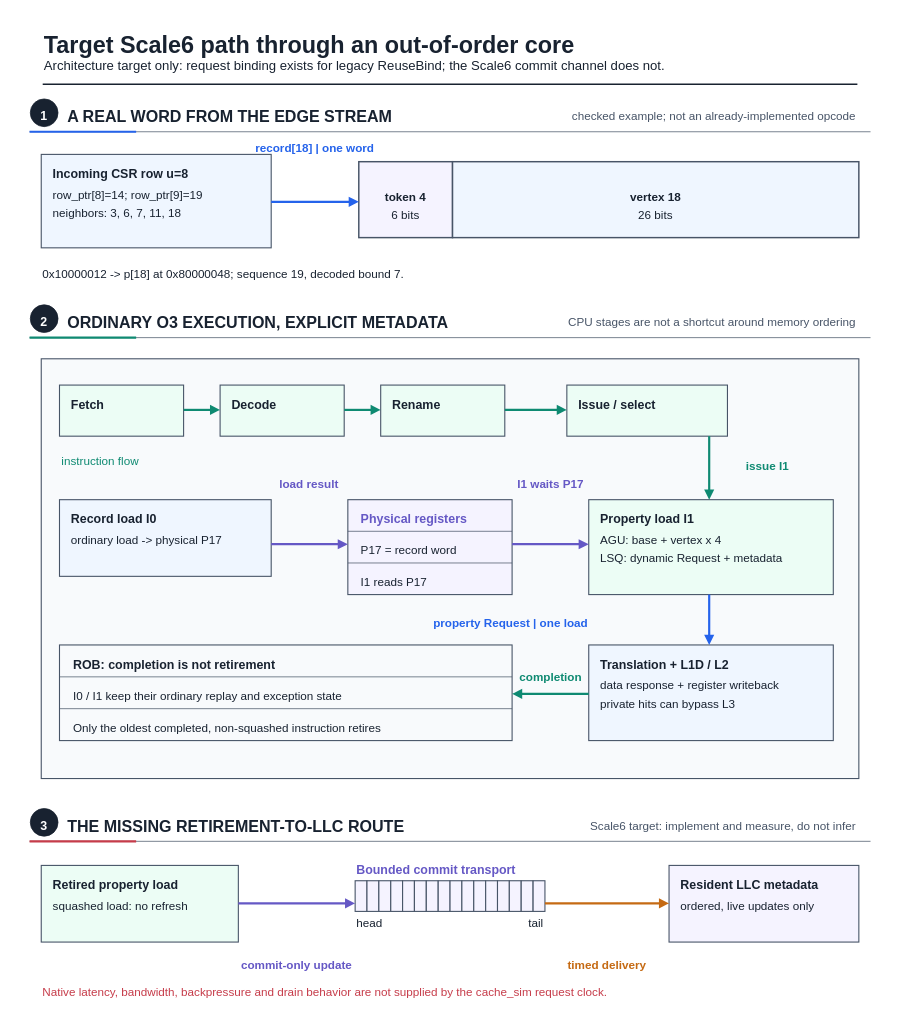
Above: fig/wiki_src/risc-v-instruction-path/risc-v-instruction-path-f02-o3-request-pipeline.drawio in UVA-LavaLab/ECG_GrAPL (draw.io), before the change. Source tidied: cells renumbered, new cells numbered last; positions are measured from the earlier drawing's top-left corner, leaving out a move shared by most shapes. Both pictures are drawn from the tidied source at 73%, with x=0, y=0 at pixel (12, 12).
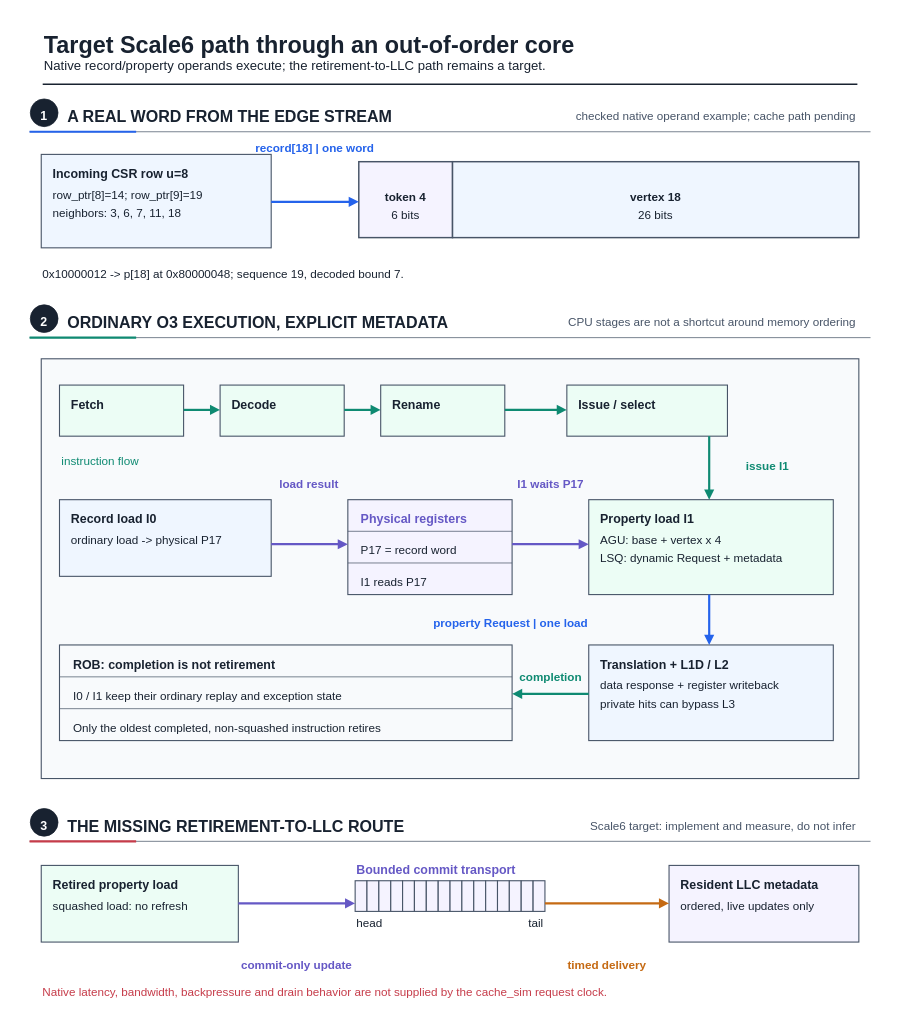
The same diagram, later.

What changed in the source:
```diff
@@
-    <mxCell id="4" value="Architecture target only: request binding exists for legacy ReuseBind; the Scale6 commit channel does not." style="text;html=0;strokeColor=none;fillColor=none;align=left;verticalAlign=middle;fontFamily=Liberation Sans;fontSize=18;fontColor=#182230;fontStyle=0;" parent="1" vertex="1">
-      <mxGeometry x="42" y="59.5" width="1011.2" height="25.2" as="geometry" />
+    <mxCell id="4" value="Native record/property operands execute; the retirement-to-LLC path remains a target." style="text;html=0;strokeColor=none;fillColor=none;align=left;verticalAlign=middle;fontFamily=Liberation Sans;fontSize=18;fontColor=#182230;fontStyle=0;" parent="1" vertex="1">
+      <mxGeometry x="42" y="59.5" width="810.9" height="25.2" as="geometry" />
     </mxCell>
@@
-    <mxCell id="9" value="checked example; not an already-implemented opcode" style="text;html=0;strokeColor=none;fillColor=none;align=right;verticalAlign=middle;fontFamily=Liberation Sans;fontSize=16;fontColor=#475467;fontStyle=0;" parent="1" vertex="1">
+    <mxCell id="9" value="checked native operand example; cache path pending" style="text;html=0;strokeColor=none;fillColor=none;align=right;verticalAlign=middle;fontFamily=Liberation Sans;fontSize=16;fontColor=#475467;fontStyle=0;" parent="1" vertex="1">
       <mxGeometry x="734" y="130.2" width="424" height="22.4" as="geometry" />
     </mxCell>
```
